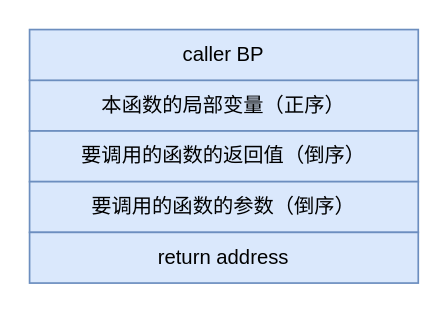
This is page "栈帧" (3 of 4) of go/go-advance/go-advance.drawio from yungsem/books, a draw.io file, before an edit. Source tidied: cells renumbered, new cells numbered last; positions are measured from the earlier drawing's top-left corner, leaving out a move shared by most shapes. Both pictures are drawn from the tidied source at 169%, with x=0, y=0 at pixel (29, 29).
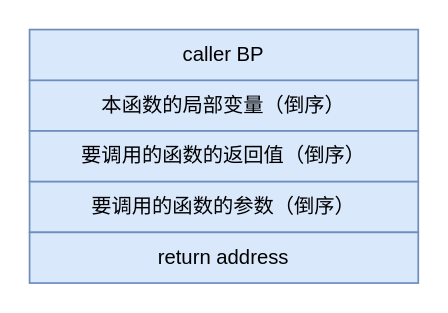
After the change.

Change to the diagram source:
```diff
@@
 <mxGraphModel>
   <root>
     <mxCell id="0" />
     <mxCell id="1" parent="0" />
-    <mxCell id="2" value="本函数的局部变量（正序）" style="rounded=0;whiteSpace=wrap;html=1;fillColor=#dae8fc;strokeColor=#6c8ebf;" parent="1" vertex="1">
+    <mxCell id="2" value="本函数的局部变量（倒序）" style="rounded=0;whiteSpace=wrap;html=1;fillColor=#dae8fc;strokeColor=#6c8ebf;" parent="1" vertex="1">
       <mxGeometry y="30" width="230" height="30" as="geometry" />
     </mxCell>
     <mxCell id="3" value="要调用的函数的返回值（倒序）" style="rounded=0;whiteSpace=wrap;html=1;fillColor=#dae8fc;strokeColor=#6c8ebf;" parent="1" vertex="1">
       <mxGeometry y="60" width="230" height="30" as="geometry" />
     </mxCell>
     <mxCell id="4" value="要调用的函数的参数（倒序）" style="rounded=0;whiteSpace=wrap;html=1;fillColor=#dae8fc;strokeColor=#6c8ebf;" parent="1" vertex="1">
       <mxGeometry y="90" width="230" height="30" as="geometry" />
     </mxCell>
     <mxCell id="5" value="caller BP" style="rounded=0;whiteSpace=wrap;html=1;fillColor=#dae8fc;strokeColor=#6c8ebf;" parent="1" vertex="1">
       <mxGeometry width="230" height="30" as="geometry" />
     </mxCell>
     <mxCell id="6" value="return address" style="rounded=0;whiteSpace=wrap;html=1;fillColor=#dae8fc;strokeColor=#6c8ebf;" parent="1" vertex="1">
       <mxGeometry y="120" width="230" height="30" as="geometry" />
     </mxCell>
   </root>
 </mxGraphModel>
```
